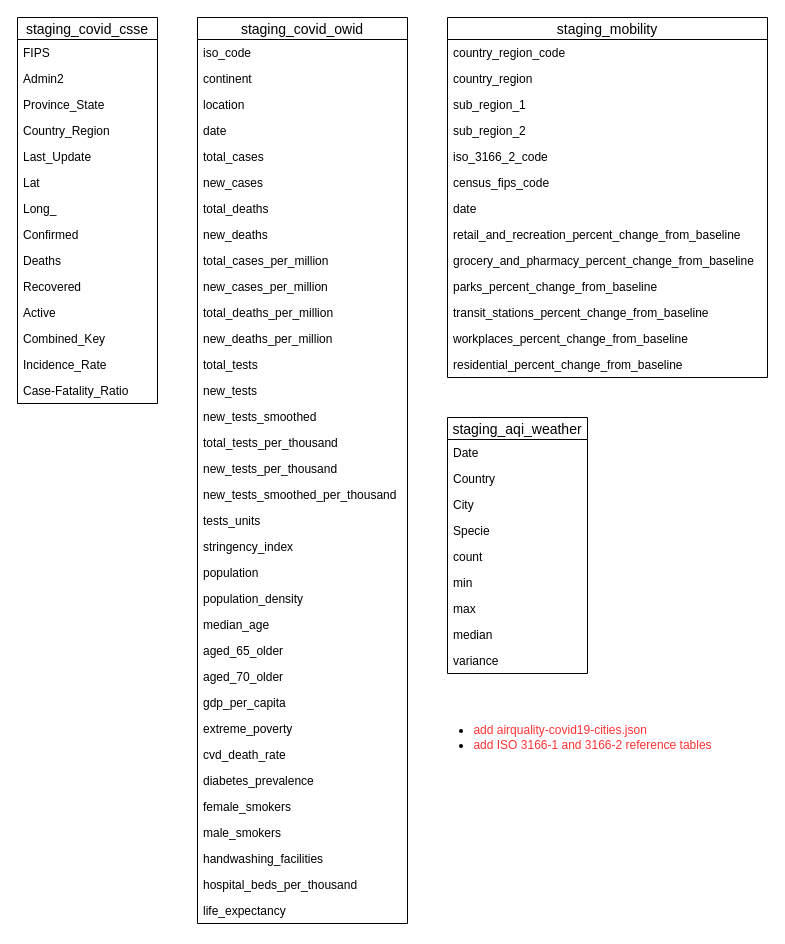
Earlier version of the draw.io diagram drawings/data_sources.drawio (p-friedl/dataeng-capstone). Source tidied: cells renumbered, new cells numbered last; positions are measured from the earlier drawing's top-left corner, leaving out a move shared by most shapes. Both pictures are drawn from the tidied source at 100%, with x=0, y=0 at pixel (17, 17).
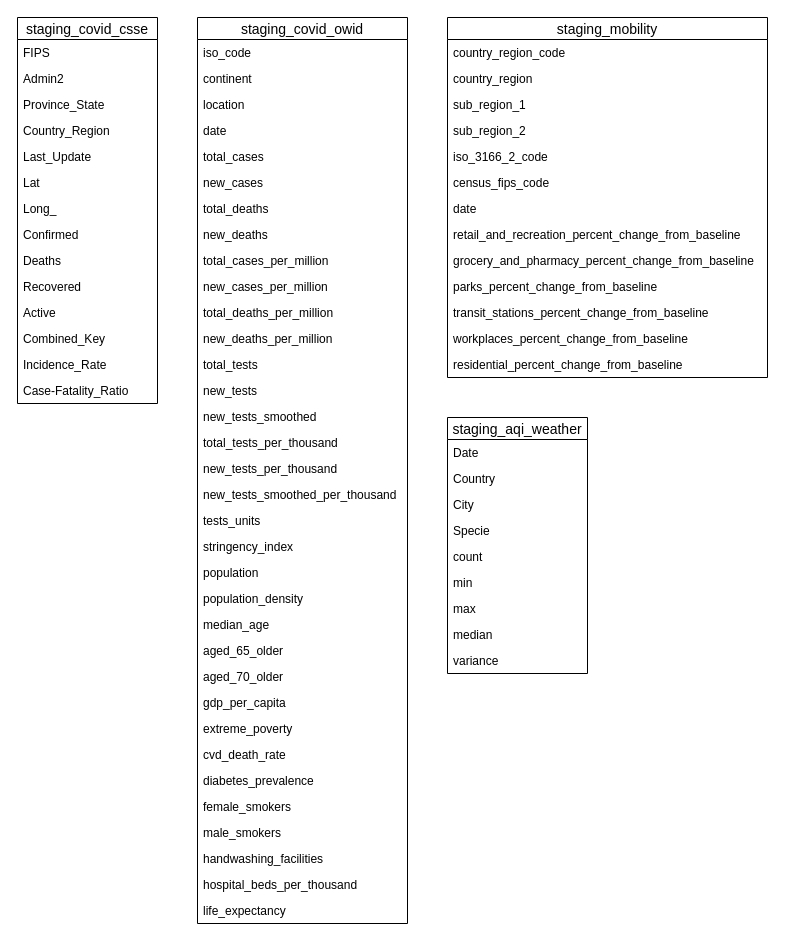
After the change.

Change to the diagram source:
```diff
@@
-    <mxCell id="76" value="&lt;div style=&quot;text-align: left&quot;&gt;&lt;ul&gt;&lt;li&gt;&lt;span style=&quot;color: rgb(255 , 51 , 51)&quot;&gt;add airquality-covid19-cities.json&lt;/span&gt;&lt;/li&gt;&lt;li&gt;&lt;font color=&quot;#ff3333&quot;&gt;&lt;div style=&quot;text-align: left&quot;&gt;&lt;span&gt;add ISO 3166-1 and 3166-2 reference tables&lt;/span&gt;&lt;/div&gt;&lt;/font&gt;&lt;/li&gt;&lt;/ul&gt;&lt;/div&gt;" style="text;html=1;align=center;verticalAlign=middle;" parent="1" vertex="1">
-      <mxGeometry x="410" y="690" width="290" height="60" as="geometry" />
-    </mxCell>
```
